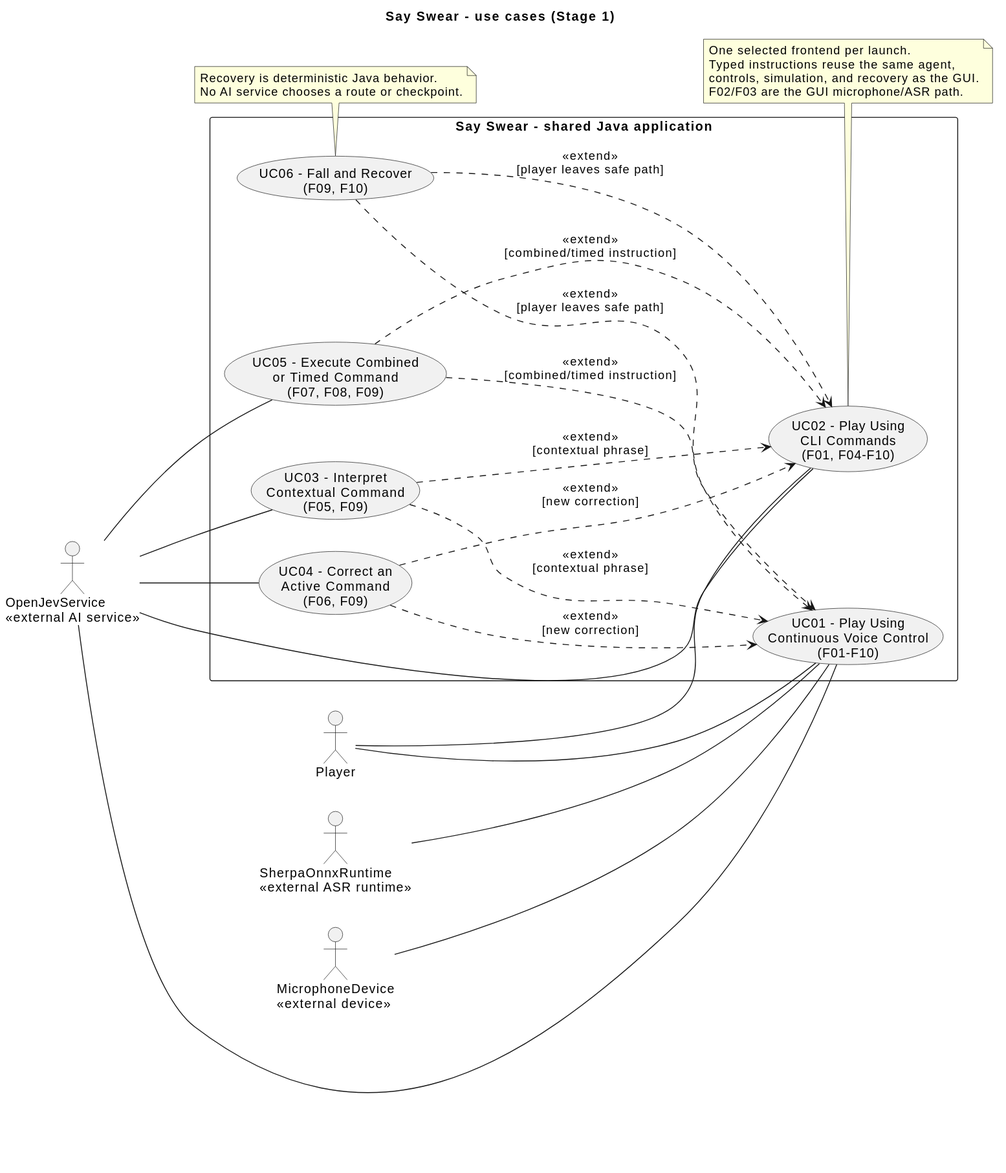
Above: docs/uml/use-case-diagram.svg in rizfol/say-swear (PlantUML), before the change. Source of this version:
```plantuml
@startuml
title Say Swear - use cases (Stage 1)
left to right direction
skinparam packageStyle rectangle

actor "Player" as human
actor "MicrophoneDevice\n<<external device>>" as mic
actor "SherpaOnnxRuntime\n<<external ASR runtime>>" as asr
actor "OpenJevService\n<<external AI service>>" as ai

rectangle "Say Swear - shared Java application" {
  usecase "UC01 - Play Using\nContinuous Voice Control\n(F01-F10)" as UC01
  usecase "UC02 - Play Using\nCLI Commands\n(F01, F04-F10)" as UC02
  usecase "UC03 - Interpret\nContextual Command\n(F05, F09)" as UC03
  usecase "UC04 - Correct an\nActive Command\n(F06, F09)" as UC04
  usecase "UC05 - Execute Combined\nor Timed Command\n(F07, F08, F09)" as UC05
  usecase "UC06 - Fall and Recover\n(F09, F10)" as UC06

  UC03 ..> UC01 : <<extend>>\n[contextual phrase]
  UC03 ..> UC02 : <<extend>>\n[contextual phrase]
  UC04 ..> UC01 : <<extend>>\n[new correction]
  UC04 ..> UC02 : <<extend>>\n[new correction]
  UC05 ..> UC01 : <<extend>>\n[combined/timed instruction]
  UC05 ..> UC02 : <<extend>>\n[combined/timed instruction]
  UC06 ..> UC01 : <<extend>>\n[player leaves safe path]
  UC06 ..> UC02 : <<extend>>\n[player leaves safe path]
}

human -- UC01
human -- UC02
mic -- UC01
asr -- UC01
ai -- UC01
ai -- UC02
ai -- UC03
ai -- UC04
ai -- UC05

note bottom of UC02
  One selected frontend per launch.
  Typed instructions reuse the same agent,
  controls, simulation, and recovery as the GUI.
  F02/F03 are the GUI microphone/ASR path.
end note

note bottom of UC06
  Recovery is deterministic Java behavior.
  No AI service chooses a route or checkpoint.
end note
@enduml
```
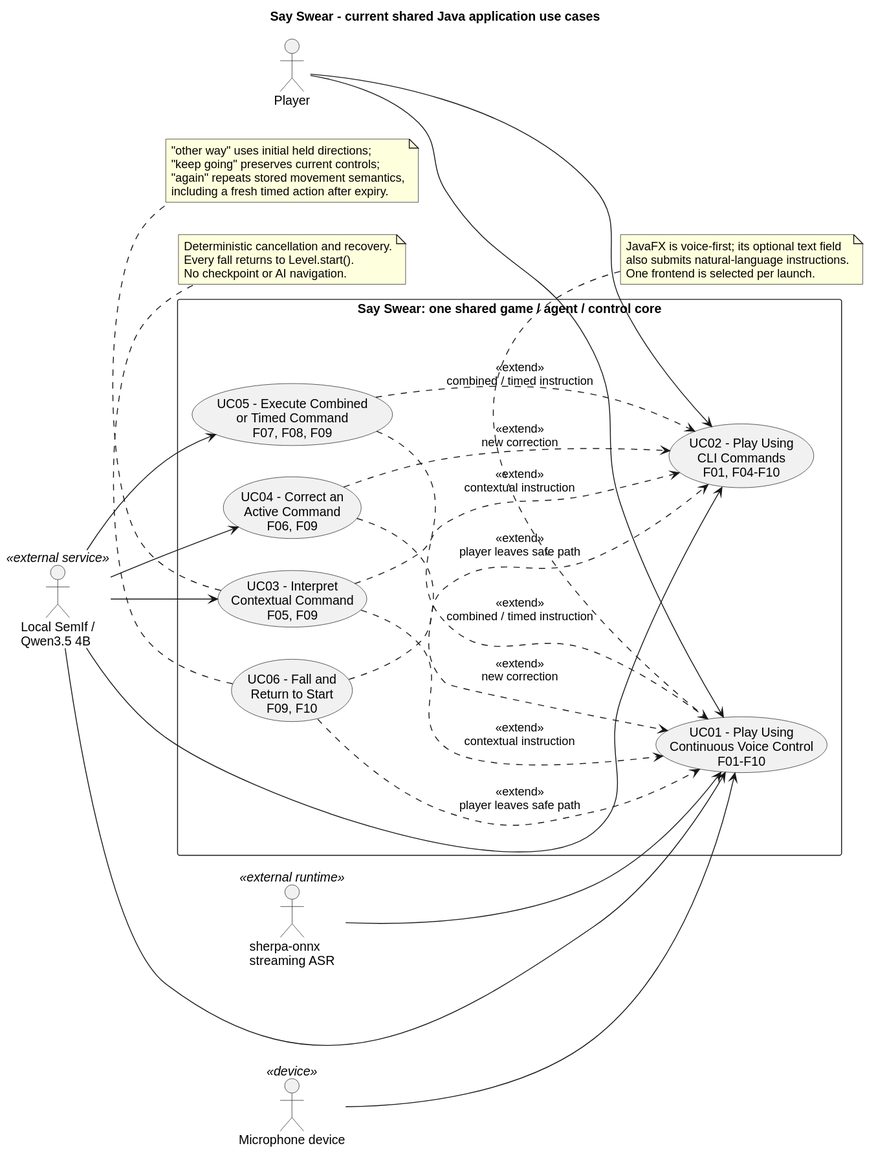
Above is the later version.

What changed in the source:
```diff
@@ -1,50 +1,56 @@
 @startuml
-title Say Swear - use cases (Stage 1)
+title Say Swear - current shared Java application use cases
 left to right direction
+skinparam defaultFontName Arial
+skinparam shadowing false
 skinparam packageStyle rectangle
+actor Player
+actor "Microphone device" as Mic <<device>>
+actor "sherpa-onnx\nstreaming ASR" as ASR <<external runtime>>
+actor "Local SemIf /\nQwen3.5 4B" as Model <<external service>>
 
-actor "Player" as human
-actor "MicrophoneDevice\n<<external device>>" as mic
-actor "SherpaOnnxRuntime\n<<external ASR runtime>>" as asr
-actor "OpenJevService\n<<external AI service>>" as ai
-
-rectangle "Say Swear - shared Java application" {
-  usecase "UC01 - Play Using\nContinuous Voice Control\n(F01-F10)" as UC01
-  usecase "UC02 - Play Using\nCLI Commands\n(F01, F04-F10)" as UC02
-  usecase "UC03 - Interpret\nContextual Command\n(F05, F09)" as UC03
-  usecase "UC04 - Correct an\nActive Command\n(F06, F09)" as UC04
-  usecase "UC05 - Execute Combined\nor Timed Command\n(F07, F08, F09)" as UC05
-  usecase "UC06 - Fall and Recover\n(F09, F10)" as UC06
-
-  UC03 ..> UC01 : <<extend>>\n[contextual phrase]
-  UC03 ..> UC02 : <<extend>>\n[contextual phrase]
-  UC04 ..> UC01 : <<extend>>\n[new correction]
-  UC04 ..> UC02 : <<extend>>\n[new correction]
-  UC05 ..> UC01 : <<extend>>\n[combined/timed instruction]
-  UC05 ..> UC02 : <<extend>>\n[combined/timed instruction]
-  UC06 ..> UC01 : <<extend>>\n[player leaves safe path]
-  UC06 ..> UC02 : <<extend>>\n[player leaves safe path]
+rectangle "Say Swear: one shared game / agent / control core" {
+  usecase "UC01 - Play Using\nContinuous Voice Control\nF01-F10" as UC01
+  usecase "UC02 - Play Using\nCLI Commands\nF01, F04-F10" as UC02
+  usecase "UC03 - Interpret\nContextual Command\nF05, F09" as UC03
+  usecase "UC04 - Correct an\nActive Command\nF06, F09" as UC04
+  usecase "UC05 - Execute Combined\nor Timed Command\nF07, F08, F09" as UC05
+  usecase "UC06 - Fall and\nReturn to Start\nF09, F10" as UC06
 }
 
-human -- UC01
-human -- UC02
-mic -- UC01
-asr -- UC01
-ai -- UC01
-ai -- UC02
-ai -- UC03
-ai -- UC04
-ai -- UC05
+Player --> UC01
+Player --> UC02
+Mic --> UC01
+ASR --> UC01
+Model --> UC01
+Model --> UC02
+Model --> UC03
+Model --> UC04
+Model --> UC05
 
-note bottom of UC02
-  One selected frontend per launch.
-  Typed instructions reuse the same agent,
-  controls, simulation, and recovery as the GUI.
-  F02/F03 are the GUI microphone/ASR path.
+UC03 ..> UC01 : <<extend>>\ncontextual instruction
+UC03 ..> UC02 : <<extend>>\ncontextual instruction
+UC04 ..> UC01 : <<extend>>\nnew correction
+UC04 ..> UC02 : <<extend>>\nnew correction
+UC05 ..> UC01 : <<extend>>\ncombined / timed instruction
+UC05 ..> UC02 : <<extend>>\ncombined / timed instruction
+UC06 ..> UC01 : <<extend>>\nplayer leaves safe path
+UC06 ..> UC02 : <<extend>>\nplayer leaves safe path
+
+note bottom of UC03
+  "other way" uses initial held directions;
+  "keep going" preserves current controls;
+  "again" repeats stored movement semantics,
+  including a fresh timed action after expiry.
 end note
-
 note bottom of UC06
-  Recovery is deterministic Java behavior.
-  No AI service chooses a route or checkpoint.
+  Deterministic cancellation and recovery.
+  Every fall returns to Level.start().
+  No checkpoint or AI navigation.
+end note
+note top of UC01
+  JavaFX is voice-first; its optional text field
+  also submits natural-language instructions.
+  One frontend is selected per launch.
 end note
 @enduml
```
